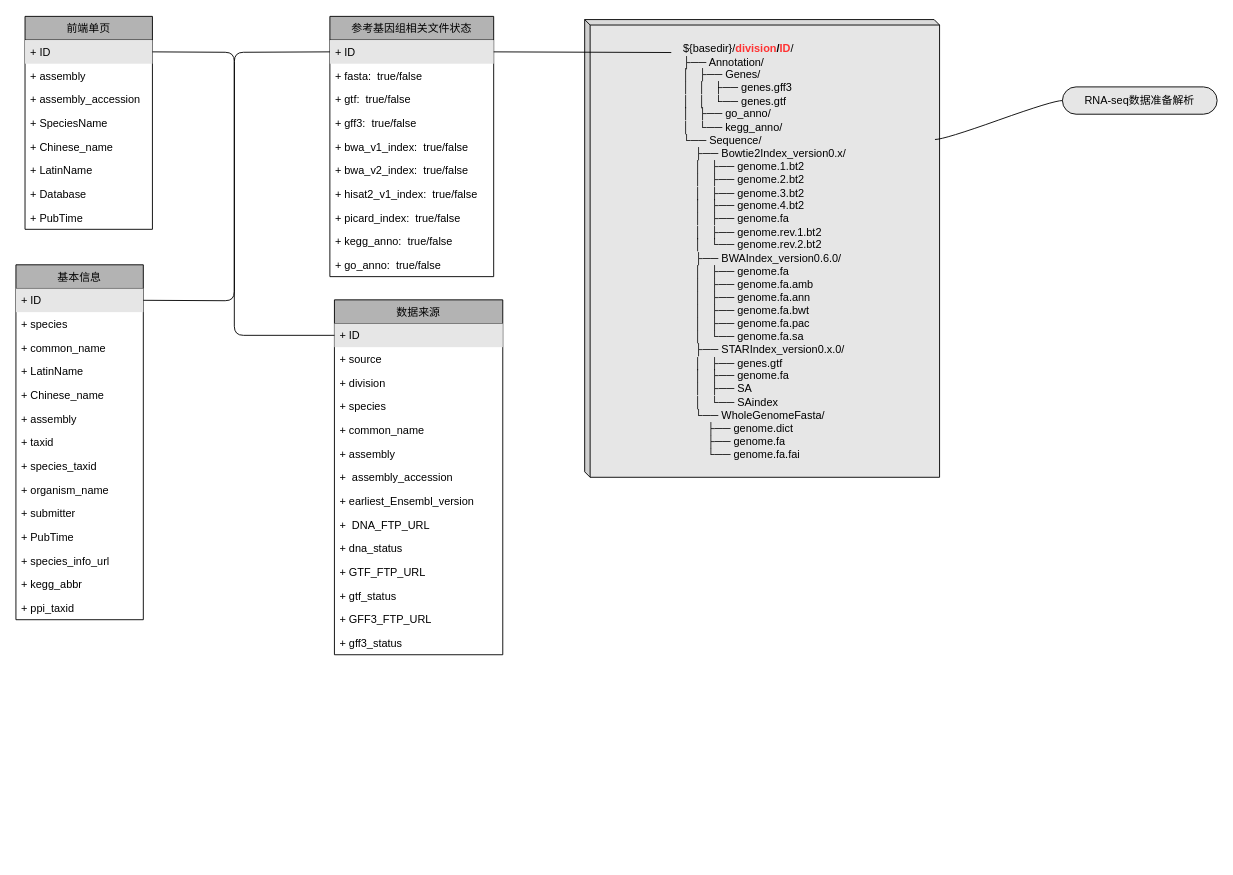
Above: 参考基因组数据库架构.drawio in lidanqing123/drawio.picture (draw.io), before the change. Source tidied: cells renumbered, new cells numbered last; positions are measured from the earlier drawing's top-left corner, leaving out a move shared by most shapes. Both pictures are drawn from the tidied source at 91%, with x=0, y=0 at pixel (15, 15).
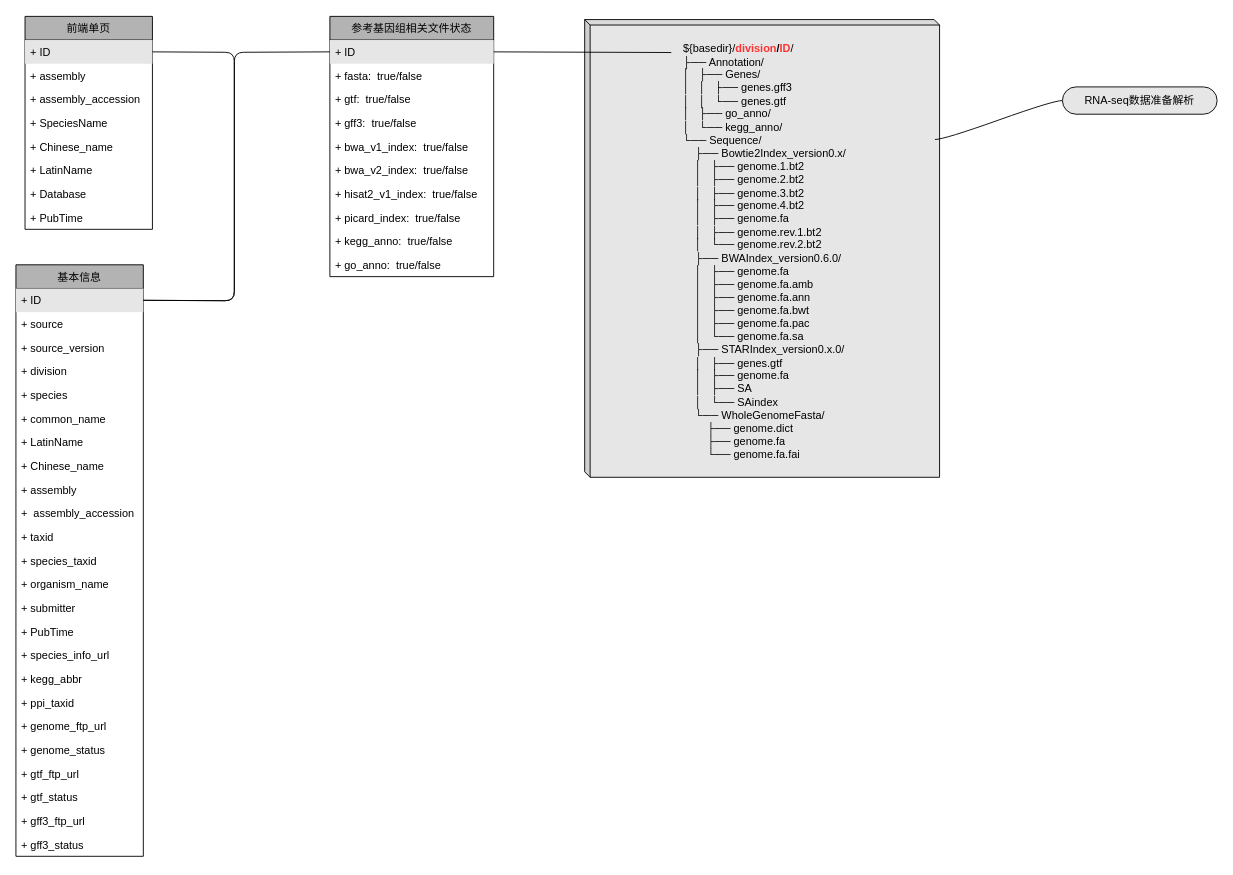
The same page after the edit.

Commit message:
更新参考基因组数据库架构.drawio

The change refers to these unchanged cells:
```xml
<mxCell id="3" value="+ ID" style="text;strokeColor=none;fillColor=#E6E6E6;align=left;verticalAlign=top;spacingLeft=4;spacingRight=4;overflow=hidden;points=[[0,0.5],[1,0.5]];portConstraint=eastwest;" parent="2" vertex="1">
  <mxGeometry y="26" width="140" height="26" as="geometry" />
</mxCell>
<mxCell id="27" value="+ ID" style="text;strokeColor=none;fillColor=#E6E6E6;align=left;verticalAlign=top;spacingLeft=4;spacingRight=4;overflow=hidden;points=[[0,0.5],[1,0.5]];portConstraint=eastwest;" parent="26" vertex="1">
  <mxGeometry y="26" width="140" height="26" as="geometry" />
</mxCell>
```

Diff of the diagram source:
```diff
@@
-    <mxCell id="11" value="数据来源" style="swimlane;fontStyle=0;horizontal=1;startSize=26;fillColor=#B3B3B3;" parent="1" vertex="1">
-      <mxGeometry x="350" y="312" width="185" height="390" as="geometry" />
-    </mxCell>
-    <mxCell id="12" value="+ ID" style="text;strokeColor=none;fillColor=#E6E6E6;align=left;verticalAlign=top;spacingLeft=4;spacingRight=4;overflow=hidden;points=[[0,0.5],[1,0.5]];portConstraint=eastwest;" parent="11" vertex="1">
-      <mxGeometry y="26" width="185" height="26" as="geometry" />
-    </mxCell>
-    <mxCell id="13" value="+ source" style="text;strokeColor=none;fillColor=none;align=left;verticalAlign=top;spacingLeft=4;spacingRight=4;overflow=hidden;" parent="11" vertex="1">
-      <mxGeometry y="52" width="185" height="26" as="geometry" />
-    </mxCell>
-    <mxCell id="14" value="+ division" style="text;strokeColor=none;fillColor=none;align=left;verticalAlign=top;spacingLeft=4;spacingRight=4;overflow=hidden;" parent="11" vertex="1">
-      <mxGeometry y="78" width="185" height="26" as="geometry" />
-    </mxCell>
-    <mxCell id="15" value="+ species" style="text;strokeColor=none;fillColor=none;align=left;verticalAlign=top;spacingLeft=4;spacingRight=4;overflow=hidden;" parent="11" vertex="1">
-      <mxGeometry y="104" width="185" height="26" as="geometry" />
-    </mxCell>
-    <mxCell id="16" value="+ common_name" style="text;strokeColor=none;fillColor=none;align=left;verticalAlign=top;spacingLeft=4;spacingRight=4;overflow=hidden;" parent="11" vertex="1">
-      <mxGeometry y="130" width="185" height="26" as="geometry" />
-    </mxCell>
-    <mxCell id="17" value="+ assembly" style="text;strokeColor=none;fillColor=none;align=left;verticalAlign=top;spacingLeft=4;spacingRight=4;overflow=hidden;" parent="11" vertex="1">
-      <mxGeometry y="156" width="185" height="26" as="geometry" />
-    </mxCell>
-    <mxCell id="18" value="+   assembly_accession" style="text;strokeColor=none;fillColor=none;align=left;verticalAlign=top;spacingLeft=4;spacingRight=4;overflow=hidden;" parent="11" vertex="1">
-      <mxGeometry y="182" width="185" height="26" as="geometry" />
-    </mxCell>
-    <mxCell id="19" value="+ earliest_Ensembl_version" style="text;strokeColor=none;fillColor=none;align=left;verticalAlign=top;spacingLeft=4;spacingRight=4;overflow=hidden;" parent="11" vertex="1">
-      <mxGeometry y="208" width="185" height="26" as="geometry" />
-    </mxCell>
-    <mxCell id="20" value="+   DNA_FTP_URL" style="text;strokeColor=none;fillColor=none;align=left;verticalAlign=top;spacingLeft=4;spacingRight=4;overflow=hidden;" parent="11" vertex="1">
-      <mxGeometry y="234" width="185" height="26" as="geometry" />
-    </mxCell>
-    <mxCell id="21" value="+ dna_status" style="text;strokeColor=none;fillColor=none;align=left;verticalAlign=top;spacingLeft=4;spacingRight=4;overflow=hidden;" parent="11" vertex="1">
-      <mxGeometry y="260" width="185" height="26" as="geometry" />
-    </mxCell>
-    <mxCell id="22" value="+ GTF_FTP_URL" style="text;strokeColor=none;fillColor=none;align=left;verticalAlign=top;spacingLeft=4;spacingRight=4;overflow=hidden;" parent="11" vertex="1">
-      <mxGeometry y="286" width="185" height="26" as="geometry" />
-    </mxCell>
-    <mxCell id="23" value="+ gtf_status" style="text;strokeColor=none;fillColor=none;align=left;verticalAlign=top;spacingLeft=4;spacingRight=4;overflow=hidden;" parent="11" vertex="1">
-      <mxGeometry y="312" width="185" height="26" as="geometry" />
-    </mxCell>
-    <mxCell id="24" value="+ GFF3_FTP_URL" style="text;strokeColor=none;fillColor=none;align=left;verticalAlign=top;spacingLeft=4;spacingRight=4;overflow=hidden;" parent="11" vertex="1">
-      <mxGeometry y="338" width="185" height="26" as="geometry" />
-    </mxCell>
-    <mxCell id="25" value="+ gff3_status" style="text;strokeColor=none;fillColor=none;align=left;verticalAlign=top;spacingLeft=4;spacingRight=4;overflow=hidden;" parent="11" vertex="1">
-      <mxGeometry y="364" width="185" height="26" as="geometry" />
-    </mxCell>
     <mxCell id="26" value="基本信息" style="swimlane;fontStyle=0;horizontal=1;startSize=26;fillColor=#B3B3B3;" parent="1" vertex="1">
-      <mxGeometry y="273.5" width="140" height="390" as="geometry" />
+      <mxGeometry y="273.5" width="140" height="650" as="geometry" />
     </mxCell>
@@
-    <mxCell id="28" value="+ species" style="text;strokeColor=none;fillColor=none;align=left;verticalAlign=top;spacingLeft=4;spacingRight=4;overflow=hidden;" parent="26" vertex="1">
+    <mxCell id="28" value="+ source" style="text;strokeColor=none;fillColor=none;align=left;verticalAlign=top;spacingLeft=4;spacingRight=4;overflow=hidden;" parent="26" vertex="1">
       <mxGeometry y="52" width="140" height="26" as="geometry" />
     </mxCell>
+    <mxCell id="58" value="+ source_version" style="text;strokeColor=none;fillColor=none;align=left;verticalAlign=top;spacingLeft=4;spacingRight=4;overflow=hidden;" parent="26" vertex="1">
+      <mxGeometry y="78" width="140" height="26" as="geometry" />
+    </mxCell>
+    <mxCell id="14" value="+ division" style="text;strokeColor=none;fillColor=none;align=left;verticalAlign=top;spacingLeft=4;spacingRight=4;overflow=hidden;" parent="26" vertex="1">
+      <mxGeometry y="104" width="140" height="26" as="geometry" />
+    </mxCell>
+    <mxCell id="15" value="+ species" style="text;strokeColor=none;fillColor=none;align=left;verticalAlign=top;spacingLeft=4;spacingRight=4;overflow=hidden;" parent="26" vertex="1">
+      <mxGeometry y="130" width="140" height="26" as="geometry" />
+    </mxCell>
     <mxCell id="29" value="+ common_name" style="text;strokeColor=none;fillColor=none;align=left;verticalAlign=top;spacingLeft=4;spacingRight=4;overflow=hidden;" parent="26" vertex="1">
-      <mxGeometry y="78" width="140" height="26" as="geometry" />
+      <mxGeometry y="156" width="140" height="26" as="geometry" />
     </mxCell>
     <mxCell id="30" value="+ LatinName" style="text;strokeColor=none;fillColor=none;align=left;verticalAlign=top;spacingLeft=4;spacingRight=4;overflow=hidden;" parent="26" vertex="1">
-      <mxGeometry y="104" width="140" height="26" as="geometry" />
+      <mxGeometry y="182" width="140" height="26" as="geometry" />
     </mxCell>
     <mxCell id="31" value="+ Chinese_name" style="text;strokeColor=none;fillColor=none;align=left;verticalAlign=top;spacingLeft=4;spacingRight=4;overflow=hidden;" parent="26" vertex="1">
-      <mxGeometry y="130" width="140" height="26" as="geometry" />
+      <mxGeometry y="208" width="140" height="26" as="geometry" />
     </mxCell>
     <mxCell id="32" value="+ assembly" style="text;strokeColor=none;fillColor=none;align=left;verticalAlign=top;spacingLeft=4;spacingRight=4;overflow=hidden;" parent="26" vertex="1">
-      <mxGeometry y="156" width="140" height="26" as="geometry" />
+      <mxGeometry y="234" width="140" height="26" as="geometry" />
     </mxCell>
+    <mxCell id="18" value="+   assembly_accession" style="text;strokeColor=none;fillColor=none;align=left;verticalAlign=top;spacingLeft=4;spacingRight=4;overflow=hidden;" parent="26" vertex="1">
+      <mxGeometry y="260" width="140" height="26" as="geometry" />
+    </mxCell>
     <mxCell id="33" value="+ taxid" style="text;strokeColor=none;fillColor=none;align=left;verticalAlign=top;spacingLeft=4;spacingRight=4;overflow=hidden;" parent="26" vertex="1">
-      <mxGeometry y="182" width="140" height="26" as="geometry" />
+      <mxGeometry y="286" width="140" height="26" as="geometry" />
     </mxCell>
     <mxCell id="34" value="+ species_taxid" style="text;strokeColor=none;fillColor=none;align=left;verticalAlign=top;spacingLeft=4;spacingRight=4;overflow=hidden;" parent="26" vertex="1">
-      <mxGeometry y="208" width="140" height="26" as="geometry" />
+      <mxGeometry y="312" width="140" height="26" as="geometry" />
     </mxCell>
     <mxCell id="35" value="+ organism_name" style="text;strokeColor=none;fillColor=none;align=left;verticalAlign=top;spacingLeft=4;spacingRight=4;overflow=hidden;" parent="26" vertex="1">
-      <mxGeometry y="234" width="140" height="26" as="geometry" />
+      <mxGeometry y="338" width="140" height="26" as="geometry" />
     </mxCell>
     <mxCell id="36" value="+ submitter" style="text;strokeColor=none;fillColor=none;align=left;verticalAlign=top;spacingLeft=4;spacingRight=4;overflow=hidden;" parent="26" vertex="1">
-      <mxGeometry y="260" width="140" height="26" as="geometry" />
+      <mxGeometry y="364" width="140" height="26" as="geometry" />
     </mxCell>
     <mxCell id="37" value="+ PubTime" style="text;strokeColor=none;fillColor=none;align=left;verticalAlign=top;spacingLeft=4;spacingRight=4;overflow=hidden;" parent="26" vertex="1">
-      <mxGeometry y="286" width="140" height="26" as="geometry" />
+      <mxGeometry y="390" width="140" height="26" as="geometry" />
     </mxCell>
     <mxCell id="38" value="+ species_info_url" style="text;strokeColor=none;fillColor=none;align=left;verticalAlign=top;spacingLeft=4;spacingRight=4;overflow=hidden;" parent="26" vertex="1">
-      <mxGeometry y="312" width="140" height="26" as="geometry" />
+      <mxGeometry y="416" width="140" height="26" as="geometry" />
     </mxCell>
     <mxCell id="39" value="+ kegg_abbr" style="text;strokeColor=none;fillColor=none;align=left;verticalAlign=top;spacingLeft=4;spacingRight=4;overflow=hidden;" parent="26" vertex="1">
-      <mxGeometry y="338" width="140" height="26" as="geometry" />
+      <mxGeometry y="442" width="140" height="26" as="geometry" />
     </mxCell>
     <mxCell id="40" value="+ ppi_taxid" style="text;strokeColor=none;fillColor=none;align=left;verticalAlign=top;spacingLeft=4;spacingRight=4;overflow=hidden;" parent="26" vertex="1">
-      <mxGeometry y="364" width="140" height="26" as="geometry" />
+      <mxGeometry y="468" width="140" height="26" as="geometry" />
     </mxCell>
+    <mxCell id="59" value="+ genome_ftp_url" style="text;strokeColor=none;fillColor=none;align=left;verticalAlign=top;spacingLeft=4;spacingRight=4;overflow=hidden;" parent="26" vertex="1">
+      <mxGeometry y="494" width="140" height="26" as="geometry" />
+    </mxCell>
+    <mxCell id="60" value="+ genome_status" style="text;strokeColor=none;fillColor=none;align=left;verticalAlign=top;spacingLeft=4;spacingRight=4;overflow=hidden;" parent="26" vertex="1">
+      <mxGeometry y="520" width="140" height="26" as="geometry" />
+    </mxCell>
+    <mxCell id="61" value="+ gtf_ftp_url" style="text;strokeColor=none;fillColor=none;align=left;verticalAlign=top;spacingLeft=4;spacingRight=4;overflow=hidden;" parent="26" vertex="1">
+      <mxGeometry y="546" width="140" height="26" as="geometry" />
+    </mxCell>
+    <mxCell id="23" value="+ gtf_status" style="text;strokeColor=none;fillColor=none;align=left;verticalAlign=top;spacingLeft=4;spacingRight=4;overflow=hidden;" parent="26" vertex="1">
+      <mxGeometry y="572" width="140" height="26" as="geometry" />
+    </mxCell>
+    <mxCell id="62" value="+ gff3_ftp_url" style="text;strokeColor=none;fillColor=none;align=left;verticalAlign=top;spacingLeft=4;spacingRight=4;overflow=hidden;" parent="26" vertex="1">
+      <mxGeometry y="598" width="140" height="26" as="geometry" />
+    </mxCell>
+    <mxCell id="25" value="+ gff3_status" style="text;strokeColor=none;fillColor=none;align=left;verticalAlign=top;spacingLeft=4;spacingRight=4;overflow=hidden;" parent="26" vertex="1">
+      <mxGeometry y="624" width="140" height="26" as="geometry" />
+    </mxCell>
@@
-    <mxCell id="53" style="endArrow=none;html=1;entryX=1;entryY=0.5;entryDx=0;entryDy=0;exitX=0;exitY=0.5;exitDx=0;exitDy=0;" parent="1" edge="1" source="12" target="3">
+    <mxCell id="53" style="endArrow=none;html=1;entryX=1;entryY=0.5;entryDx=0;entryDy=0;exitX=1;exitY=0.5;exitDx=0;exitDy=0;" parent="1" edge="1" source="27" target="3">
       <mxGeometry relative="1" as="geometry">
         <Array as="points">
-          <mxPoint x="240" y="351" />
+          <mxPoint x="240" y="313" />
           <mxPoint x="240" y="40" />
         </Array>
       </mxGeometry>
     </mxCell>
```
